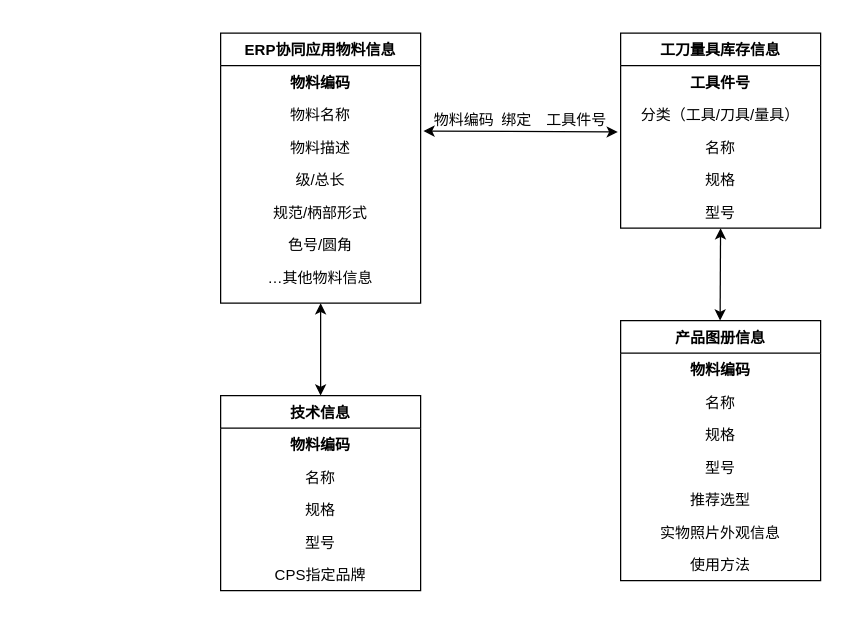
Before: erp_tims.drawio in miaomiao1992/draw.io, a draw.io diagram. Source tidied: cells renumbered, new cells numbered last; positions are measured from the earlier drawing's top-left corner, leaving out a move shared by most shapes. Both pictures are drawn from the tidied source at 125%, with x=0, y=0 at pixel (220, 32).
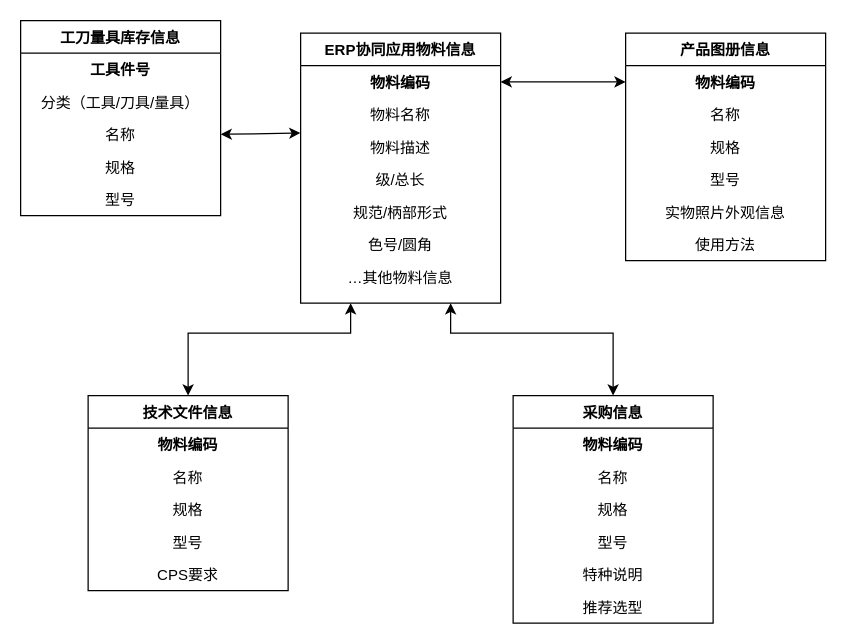
After the change.

Unchanged cells that the change refers to:
```xml
<mxCell id="3" value="物料编码" style="text;align=center;verticalAlign=top;spacingLeft=4;spacingRight=4;overflow=hidden;points=[[0,0.5],[1,0.5]];portConstraint=eastwest;fontStyle=1;" parent="2" vertex="1">
  <mxGeometry y="26" width="160" height="26" as="geometry" />
</mxCell>
<mxCell id="4" value="物料名称" style="text;align=center;verticalAlign=top;spacingLeft=4;spacingRight=4;overflow=hidden;points=[[0,0.5],[1,0.5]];portConstraint=eastwest;rounded=0;shadow=0;html=0;" parent="2" vertex="1">
  <mxGeometry y="52" width="160" height="26" as="geometry" />
</mxCell>
<mxCell id="5" value="物料描述" style="text;align=center;verticalAlign=top;spacingLeft=4;spacingRight=4;overflow=hidden;points=[[0,0.5],[1,0.5]];portConstraint=eastwest;rounded=0;shadow=0;html=0;" parent="2" vertex="1">
  <mxGeometry y="78" width="160" height="26" as="geometry" />
</mxCell>
<mxCell id="19" value="名称" style="text;align=center;verticalAlign=top;spacingLeft=4;spacingRight=4;overflow=hidden;points=[[0,0.5],[1,0.5]];portConstraint=eastwest;rounded=0;shadow=0;html=0;" parent="16" vertex="1">
  <mxGeometry y="78" width="160" height="26" as="geometry" />
</mxCell>
<mxCell id="21" value="型号" style="text;align=center;verticalAlign=top;spacingLeft=4;spacingRight=4;overflow=hidden;points=[[0,0.5],[1,0.5]];portConstraint=eastwest;rounded=0;shadow=0;html=0;" parent="16" vertex="1">
  <mxGeometry y="130" width="160" height="26" as="geometry" />
</mxCell>
<mxCell id="27" value="物料编码" style="text;align=center;verticalAlign=top;spacingLeft=4;spacingRight=4;overflow=hidden;points=[[0,0.5],[1,0.5]];portConstraint=eastwest;fontStyle=1;" parent="26" vertex="1">
  <mxGeometry y="26" width="160" height="26" as="geometry" />
</mxCell>
```

The edit, as a diff of the source:
```diff
@@
     <mxCell id="2" value="ERP协同应用物料信息" style="swimlane;fontStyle=1;align=center;verticalAlign=top;horizontal=1;startSize=26;rounded=0;shadow=0;strokeWidth=1;" parent="1" vertex="1">
-      <mxGeometry width="160" height="216" as="geometry" />
+      <mxGeometry x="64" width="160" height="216" as="geometry" />
     </mxCell>
@@
-    <mxCell id="10" value="技术信息" style="swimlane;fontStyle=1;align=center;verticalAlign=top;horizontal=1;startSize=26;rounded=0;shadow=0;strokeWidth=1;" parent="1" vertex="1">
-      <mxGeometry y="290" width="160" height="156" as="geometry" />
+    <mxCell id="10" value="技术文件信息" style="swimlane;fontStyle=1;align=center;verticalAlign=top;horizontal=1;startSize=26;rounded=0;shadow=0;strokeWidth=1;" parent="1" vertex="1">
+      <mxGeometry x="-106" y="290" width="160" height="156" as="geometry" />
     </mxCell>
@@
-    <mxCell id="15" value="CPS指定品牌" style="text;align=center;verticalAlign=top;spacingLeft=4;spacingRight=4;overflow=hidden;" parent="10" vertex="1">
+    <mxCell id="15" value="CPS要求" style="text;align=center;verticalAlign=top;spacingLeft=4;spacingRight=4;overflow=hidden;" parent="10" vertex="1">
       <mxGeometry y="130" width="160" height="26" as="geometry" />
     </mxCell>
     <mxCell id="16" value="工刀量具库存信息" style="swimlane;fontStyle=1;align=center;verticalAlign=top;horizontal=1;startSize=26;rounded=0;shadow=0;strokeWidth=1;" parent="1" vertex="1">
-      <mxGeometry x="320" width="160" height="156" as="geometry" />
+      <mxGeometry x="-160" y="-10" width="160" height="156" as="geometry" />
     </mxCell>
@@
-    <mxCell id="22" value="物料编码" style="align=right;verticalAlign=bottom;labelBackgroundColor=none;fontSize=12;" parent="1" vertex="1">
-      <mxGeometry x="220" y="78" as="geometry" />
-    </mxCell>
-    <mxCell id="23" style="endArrow=classic;startArrow=classic;html=1;rounded=0;exitX=1.014;exitY=0.013;exitDx=0;exitDy=0;exitPerimeter=0;entryX=-0.014;entryY=0.043;entryDx=0;entryDy=0;entryPerimeter=0;" parent="1" edge="1" source="5" target="19">
+    <mxCell id="23" style="endArrow=classic;startArrow=classic;html=1;rounded=0;exitX=-0.001;exitY=1.074;exitDx=0;exitDy=0;entryX=1;entryY=0.5;entryDx=0;entryDy=0;exitPerimeter=0;" parent="1" edge="1" source="4" target="19">
       <mxGeometry relative="1" as="geometry" />
     </mxCell>
-    <mxCell id="24" value="工具件号" style="align=right;verticalAlign=bottom;labelBackgroundColor=none;fontSize=12;" parent="1" vertex="1">
-      <mxGeometry x="310" y="78" as="geometry" />
-    </mxCell>
-    <mxCell id="25" value="绑定" style="align=right;verticalAlign=bottom;labelBackgroundColor=none;fontSize=12;" parent="1" vertex="1">
-      <mxGeometry x="250" y="78" as="geometry" />
-    </mxCell>
     <mxCell id="26" value="产品图册信息" style="swimlane;fontStyle=1;align=center;verticalAlign=top;horizontal=1;startSize=26;rounded=0;shadow=0;strokeWidth=1;" parent="1" vertex="1">
-      <mxGeometry x="320" y="230" width="160" height="208" as="geometry" />
+      <mxGeometry x="324" width="160" height="182" as="geometry" />
     </mxCell>
@@
-    <mxCell id="30" value="型号" style="text;align=center;verticalAlign=top;spacingLeft=4;spacingRight=4;overflow=hidden;" parent="26" vertex="1">
-      <mxGeometry y="104" width="160" height="26" as="geometry" />
-    </mxCell>
-    <mxCell id="31" value="推荐选型" style="text;align=center;verticalAlign=top;spacingLeft=4;spacingRight=4;overflow=hidden;" parent="26" vertex="1">
-      <mxGeometry y="130" width="160" height="26" as="geometry" />
-    </mxCell>
+    <mxCell id="36" value="型号" style="text;align=center;verticalAlign=top;spacingLeft=4;spacingRight=4;overflow=hidden;" parent="26" vertex="1">
+      <mxGeometry y="104" width="160" height="26" as="geometry" />
+    </mxCell>
     <mxCell id="32" value="实物照片外观信息" style="text;align=center;verticalAlign=top;spacingLeft=4;spacingRight=4;overflow=hidden;" parent="26" vertex="1">
-      <mxGeometry y="156" width="160" height="26" as="geometry" />
+      <mxGeometry y="130" width="160" height="26" as="geometry" />
     </mxCell>
     <mxCell id="33" value="使用方法" style="text;align=center;verticalAlign=top;spacingLeft=4;spacingRight=4;overflow=hidden;" parent="26" vertex="1">
-      <mxGeometry y="182" width="160" height="26" as="geometry" />
+      <mxGeometry y="156" width="160" height="26" as="geometry" />
     </mxCell>
-    <mxCell id="34" style="endArrow=classic;startArrow=classic;html=1;rounded=0;exitX=0.5;exitY=1;exitDx=0;exitDy=0;entryX=0.5;entryY=0;entryDx=0;entryDy=0;" parent="1" edge="1" source="2" target="10">
-      <mxGeometry relative="1" as="geometry" />
+    <mxCell id="34" style="endArrow=classic;startArrow=classic;html=1;rounded=0;exitX=0.25;exitY=1;exitDx=0;exitDy=0;entryX=0.5;entryY=0;entryDx=0;entryDy=0;" parent="1" edge="1" source="2" target="10">
+      <mxGeometry relative="1" as="geometry">
+        <Array as="points">
+          <mxPoint x="104" y="240" />
+          <mxPoint x="-26" y="240" />
+        </Array>
+      </mxGeometry>
     </mxCell>
-    <mxCell id="35" style="endArrow=classic;startArrow=classic;html=1;rounded=0;entryX=0.5;entryY=0;entryDx=0;entryDy=0;" parent="1" edge="1" source="21">
+    <mxCell id="35" style="endArrow=classic;startArrow=classic;html=1;rounded=0;exitX=0.75;exitY=1;exitDx=0;exitDy=0;entryX=0.5;entryY=0;entryDx=0;entryDy=0;" parent="1" edge="1" source="2" target="37">
       <mxGeometry relative="1" as="geometry">
-        <mxPoint x="399.6" y="230" as="targetPoint" />
+        <Array as="points">
+          <mxPoint x="184" y="240" />
+          <mxPoint x="314" y="240" />
+        </Array>
       </mxGeometry>
     </mxCell>
+    <mxCell id="37" value="采购信息" style="swimlane;fontStyle=1;align=center;verticalAlign=top;horizontal=1;startSize=26;rounded=0;shadow=0;strokeWidth=1;" parent="1" vertex="1">
+      <mxGeometry x="234" y="290" width="160" height="182" as="geometry" />
+    </mxCell>
+    <mxCell id="22" value="物料编码" style="text;align=center;verticalAlign=top;spacingLeft=4;spacingRight=4;overflow=hidden;fontStyle=1;" parent="37" vertex="1">
+      <mxGeometry y="26" width="160" height="26" as="geometry" />
+    </mxCell>
+    <mxCell id="38" value="名称" style="text;align=center;verticalAlign=top;spacingLeft=4;spacingRight=4;overflow=hidden;" parent="37" vertex="1">
+      <mxGeometry y="52" width="160" height="26" as="geometry" />
+    </mxCell>
+    <mxCell id="39" value="规格" style="text;align=center;verticalAlign=top;spacingLeft=4;spacingRight=4;overflow=hidden;" parent="37" vertex="1">
+      <mxGeometry y="78" width="160" height="26" as="geometry" />
+    </mxCell>
+    <mxCell id="40" value="型号" style="text;align=center;verticalAlign=top;spacingLeft=4;spacingRight=4;overflow=hidden;" parent="37" vertex="1">
+      <mxGeometry y="104" width="160" height="26" as="geometry" />
+    </mxCell>
+    <mxCell id="41" value="特种说明" style="text;align=center;verticalAlign=top;spacingLeft=4;spacingRight=4;overflow=hidden;" parent="37" vertex="1">
+      <mxGeometry y="130" width="160" height="26" as="geometry" />
+    </mxCell>
+    <mxCell id="31" value="推荐选型" style="text;align=center;verticalAlign=top;spacingLeft=4;spacingRight=4;overflow=hidden;" parent="37" vertex="1">
+      <mxGeometry y="156" width="160" height="26" as="geometry" />
+    </mxCell>
+    <mxCell id="42" style="endArrow=classic;startArrow=classic;html=1;rounded=0;exitX=1;exitY=0.5;exitDx=0;exitDy=0;entryX=0;entryY=0.5;entryDx=0;entryDy=0;" parent="1" edge="1" source="3" target="27">
+      <mxGeometry relative="1" as="geometry" />
+    </mxCell>
```
